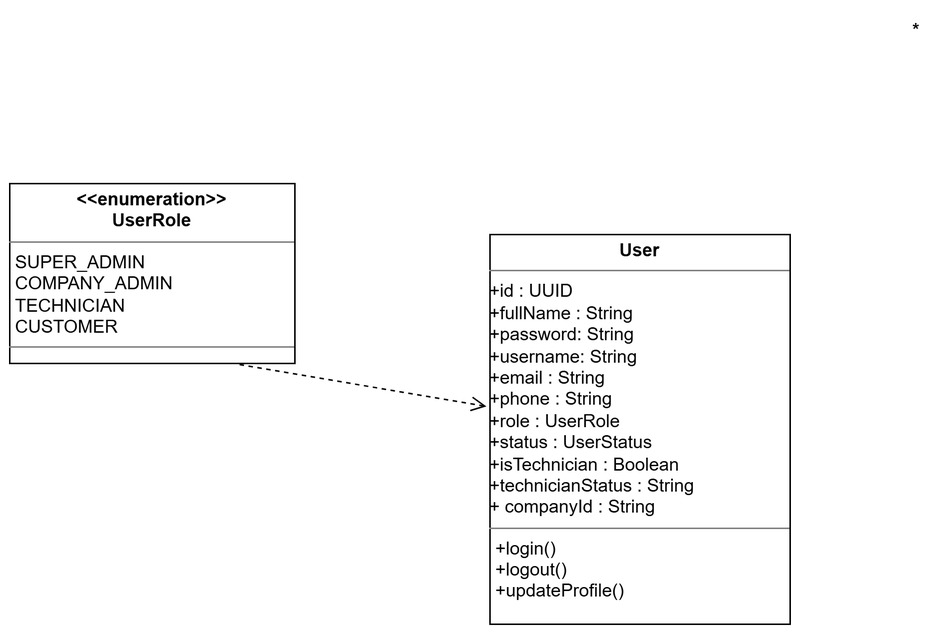
ahmedi56/PRO-WISE keeps this draw.io diagram as LaTeX_Projects/images/sprint1class1.drawio.png. Above is the earlier version. Source tidied: cells renumbered, new cells last; positions are measured from the earlier drawing's top-left corner, leaving out a move shared by most shapes. Source of this version:
```xml
<mxGraphModel>
  <root>
    <mxCell id="0" />
    <mxCell id="1" parent="0" />
    <mxCell id="2" value="&lt;p style=&quot;margin:0px;margin-top:4px;text-align:center;&quot;&gt;&lt;span style=&quot;font-weight: 700;&quot;&gt;User&lt;/span&gt;&lt;/p&gt;&lt;hr size=&quot;1&quot; style=&quot;border-style:solid;&quot;&gt;&lt;div&gt;&lt;span style=&quot;background-color: transparent;&quot;&gt;+id : UUID&lt;/span&gt;&lt;br&gt;&lt;/div&gt;&lt;div&gt;+fullName : String&lt;/div&gt;&lt;div&gt;&lt;div&gt;+password: String&lt;/div&gt;&lt;div&gt;+username: String&amp;nbsp;&lt;/div&gt;&lt;/div&gt;&lt;div&gt;+email : String&lt;/div&gt;&lt;div&gt;+phone : String&lt;/div&gt;&lt;div&gt;+role : UserRole&lt;/div&gt;&lt;div&gt;+status : UserStatus&lt;/div&gt;&lt;div&gt;+isTechnician : Boolean&lt;/div&gt;&lt;div&gt;+technicianStatus : String&lt;/div&gt;&lt;div&gt;+ companyId : String&lt;/div&gt;&lt;hr size=&quot;1&quot; style=&quot;border-style:solid;&quot;&gt;&lt;p style=&quot;margin:0px;margin-left:4px;&quot;&gt;+login()&lt;/p&gt;&lt;p style=&quot;margin:0px;margin-left:4px;&quot;&gt;+logout()&lt;/p&gt;&lt;p style=&quot;margin:0px;margin-left:4px;&quot;&gt;&lt;span style=&quot;background-color: transparent; color: light-dark(rgb(0, 0, 0), rgb(255, 255, 255));&quot;&gt;+updateProfile()&lt;/span&gt;&lt;/p&gt;" style="verticalAlign=top;align=left;overflow=fill;html=1;whiteSpace=wrap;" parent="1" vertex="1">
      <mxGeometry x="320" y="150" width="200" height="260" as="geometry" />
    </mxCell>
    <mxCell id="3" value="&lt;p style=&quot;margin:0px;margin-top:4px;text-align:center;&quot;&gt;&lt;span style=&quot;font-weight: 700; white-space: nowrap;&quot;&gt;&amp;lt;&amp;lt;enumeration&amp;gt;&amp;gt;&lt;/span&gt;&lt;br style=&quot;padding: 0px; margin: 0px; font-weight: 700; white-space: nowrap;&quot;&gt;&lt;span style=&quot;font-weight: 700; white-space: nowrap;&quot;&gt;UserRole&lt;/span&gt;&lt;/p&gt;&lt;hr size=&quot;1&quot; style=&quot;border-style:solid;&quot;&gt;&lt;p style=&quot;margin:0px;margin-left:4px;&quot;&gt;&lt;span style=&quot;text-wrap-mode: nowrap;&quot;&gt;SUPER_ADMIN&amp;nbsp;&lt;/span&gt;&lt;/p&gt;&lt;p style=&quot;margin:0px;margin-left:4px;&quot;&gt;&lt;span style=&quot;text-wrap-mode: nowrap;&quot;&gt;COMPANY_ADMIN&amp;nbsp;&lt;/span&gt;&lt;/p&gt;&lt;p style=&quot;margin:0px;margin-left:4px;&quot;&gt;&lt;span style=&quot;text-wrap-mode: nowrap;&quot;&gt;TECHNICIAN&amp;nbsp;&lt;/span&gt;&lt;/p&gt;&lt;p style=&quot;margin:0px;margin-left:4px;&quot;&gt;&lt;/p&gt;&lt;p style=&quot;margin:0px;margin-left:4px;&quot;&gt;&lt;span style=&quot;text-wrap-mode: nowrap;&quot;&gt;CUSTOMER&amp;nbsp;&lt;/span&gt;&lt;/p&gt;&lt;hr size=&quot;1&quot; style=&quot;border-style:solid;&quot;&gt;&lt;p style=&quot;margin:0px;margin-left:4px;&quot;&gt;&lt;br&gt;&lt;/p&gt;" style="verticalAlign=top;align=left;overflow=fill;html=1;whiteSpace=wrap;" parent="1" vertex="1">
      <mxGeometry y="116" width="190" height="120" as="geometry" />
    </mxCell>
    <mxCell id="4" value="*" style="text;html=1;strokeColor=none;fillColor=none;fontSize=12;fontStyle=1;" parent="1" vertex="1">
      <mxGeometry x="600" width="20" height="20" as="geometry" />
    </mxCell>
    <mxCell id="5" style="html=1;verticalAlign=bottom;endArrow=open;dashed=1;endSize=8;curved=0;rounded=0;fontSize=12;exitX=0.806;exitY=1.006;exitDx=0;exitDy=0;entryX=-0.012;entryY=0.441;entryDx=0;entryDy=0;exitPerimeter=0;entryPerimeter=0;" parent="1" edge="1" source="3" target="2">
      <mxGeometry relative="1" as="geometry" />
    </mxCell>
  </root>
</mxGraphModel>
```
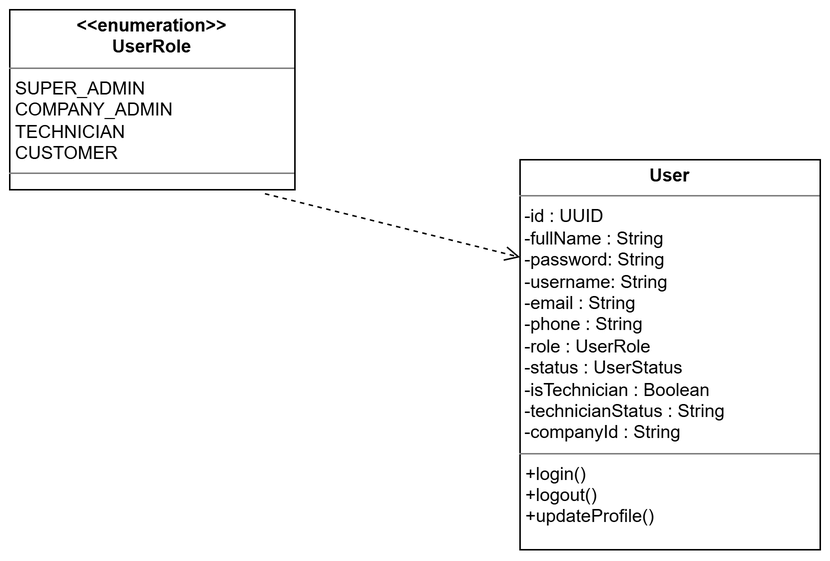
Later version of the same file.

Diff of the diagram source:
```diff
@@ -2,17 +2,14 @@
   <root>
     <mxCell id="0" />
     <mxCell id="1" parent="0" />
-    <mxCell id="2" value="&lt;p style=&quot;margin:0px;margin-top:4px;text-align:center;&quot;&gt;&lt;span style=&quot;font-weight: 700;&quot;&gt;User&lt;/span&gt;&lt;/p&gt;&lt;hr size=&quot;1&quot; style=&quot;border-style:solid;&quot;&gt;&lt;div&gt;&lt;span style=&quot;background-color: transparent;&quot;&gt;+id : UUID&lt;/span&gt;&lt;br&gt;&lt;/div&gt;&lt;div&gt;+fullName : String&lt;/div&gt;&lt;div&gt;&lt;div&gt;+password: String&lt;/div&gt;&lt;div&gt;+username: String&amp;nbsp;&lt;/div&gt;&lt;/div&gt;&lt;div&gt;+email : String&lt;/div&gt;&lt;div&gt;+phone : String&lt;/div&gt;&lt;div&gt;+role : UserRole&lt;/div&gt;&lt;div&gt;+status : UserStatus&lt;/div&gt;&lt;div&gt;+isTechnician : Boolean&lt;/div&gt;&lt;div&gt;+technicianStatus : String&lt;/div&gt;&lt;div&gt;+ companyId : String&lt;/div&gt;&lt;hr size=&quot;1&quot; style=&quot;border-style:solid;&quot;&gt;&lt;p style=&quot;margin:0px;margin-left:4px;&quot;&gt;+login()&lt;/p&gt;&lt;p style=&quot;margin:0px;margin-left:4px;&quot;&gt;+logout()&lt;/p&gt;&lt;p style=&quot;margin:0px;margin-left:4px;&quot;&gt;&lt;span style=&quot;background-color: transparent; color: light-dark(rgb(0, 0, 0), rgb(255, 255, 255));&quot;&gt;+updateProfile()&lt;/span&gt;&lt;/p&gt;" style="verticalAlign=top;align=left;overflow=fill;html=1;whiteSpace=wrap;" parent="1" vertex="1">
-      <mxGeometry x="320" y="150" width="200" height="260" as="geometry" />
-    </mxCell>
+    <mxCell id="6" value="&lt;p style=&quot;margin:0px;margin-top:4px;text-align:center;&quot;&gt;&lt;span style=&quot;font-weight: 700;&quot;&gt;User&lt;/span&gt;&lt;/p&gt;&lt;hr size=&quot;1&quot; style=&quot;border-style:solid;&quot;&gt;&lt;div&gt;&lt;span style=&quot;background-color: transparent;&quot;&gt;&amp;nbsp;-id : UUID&lt;/span&gt;&lt;br&gt;&lt;/div&gt;&lt;div&gt;&amp;nbsp;-fullName : String&lt;/div&gt;&lt;div&gt;&lt;div&gt;&amp;nbsp;-password: String&lt;/div&gt;&lt;div&gt;&amp;nbsp;-username: String&amp;nbsp;&lt;/div&gt;&lt;/div&gt;&lt;div&gt;&amp;nbsp;-email : String&lt;/div&gt;&lt;div&gt;&amp;nbsp;-phone : String&lt;/div&gt;&lt;div&gt;&amp;nbsp;-role : UserRole&lt;/div&gt;&lt;div&gt;&amp;nbsp;-status : UserStatus&lt;/div&gt;&lt;div&gt;&amp;nbsp;-isTechnician : Boolean&lt;/div&gt;&lt;div&gt;&amp;nbsp;-technicianStatus : String&lt;/div&gt;&lt;div&gt;&amp;nbsp;-companyId : String&lt;/div&gt;&lt;hr size=&quot;1&quot; style=&quot;border-style:solid;&quot;&gt;&lt;p style=&quot;margin:0px;margin-left:4px;&quot;&gt;+login()&lt;/p&gt;&lt;p style=&quot;margin:0px;margin-left:4px;&quot;&gt;+logout()&lt;/p&gt;&lt;p style=&quot;margin:0px;margin-left:4px;&quot;&gt;&lt;span style=&quot;background-color: transparent; color: light-dark(rgb(0, 0, 0), rgb(255, 255, 255));&quot;&gt;+updateProfile()&lt;/span&gt;&lt;/p&gt;" style="verticalAlign=top;align=left;overflow=fill;html=1;whiteSpace=wrap;" parent="1" vertex="1">
+      <mxGeometry x="340" y="216" width="200" height="260" as="geometry" />
+    </mxCell>
     <mxCell id="3" value="&lt;p style=&quot;margin:0px;margin-top:4px;text-align:center;&quot;&gt;&lt;span style=&quot;font-weight: 700; white-space: nowrap;&quot;&gt;&amp;lt;&amp;lt;enumeration&amp;gt;&amp;gt;&lt;/span&gt;&lt;br style=&quot;padding: 0px; margin: 0px; font-weight: 700; white-space: nowrap;&quot;&gt;&lt;span style=&quot;font-weight: 700; white-space: nowrap;&quot;&gt;UserRole&lt;/span&gt;&lt;/p&gt;&lt;hr size=&quot;1&quot; style=&quot;border-style:solid;&quot;&gt;&lt;p style=&quot;margin:0px;margin-left:4px;&quot;&gt;&lt;span style=&quot;text-wrap-mode: nowrap;&quot;&gt;SUPER_ADMIN&amp;nbsp;&lt;/span&gt;&lt;/p&gt;&lt;p style=&quot;margin:0px;margin-left:4px;&quot;&gt;&lt;span style=&quot;text-wrap-mode: nowrap;&quot;&gt;COMPANY_ADMIN&amp;nbsp;&lt;/span&gt;&lt;/p&gt;&lt;p style=&quot;margin:0px;margin-left:4px;&quot;&gt;&lt;span style=&quot;text-wrap-mode: nowrap;&quot;&gt;TECHNICIAN&amp;nbsp;&lt;/span&gt;&lt;/p&gt;&lt;p style=&quot;margin:0px;margin-left:4px;&quot;&gt;&lt;/p&gt;&lt;p style=&quot;margin:0px;margin-left:4px;&quot;&gt;&lt;span style=&quot;text-wrap-mode: nowrap;&quot;&gt;CUSTOMER&amp;nbsp;&lt;/span&gt;&lt;/p&gt;&lt;hr size=&quot;1&quot; style=&quot;border-style:solid;&quot;&gt;&lt;p style=&quot;margin:0px;margin-left:4px;&quot;&gt;&lt;br&gt;&lt;/p&gt;" style="verticalAlign=top;align=left;overflow=fill;html=1;whiteSpace=wrap;" parent="1" vertex="1">
       <mxGeometry y="116" width="190" height="120" as="geometry" />
     </mxCell>
-    <mxCell id="4" value="*" style="text;html=1;strokeColor=none;fillColor=none;fontSize=12;fontStyle=1;" parent="1" vertex="1">
-      <mxGeometry x="600" width="20" height="20" as="geometry" />
-    </mxCell>
-    <mxCell id="5" style="html=1;verticalAlign=bottom;endArrow=open;dashed=1;endSize=8;curved=0;rounded=0;fontSize=12;exitX=0.806;exitY=1.006;exitDx=0;exitDy=0;entryX=-0.012;entryY=0.441;entryDx=0;entryDy=0;exitPerimeter=0;entryPerimeter=0;" parent="1" edge="1" source="3" target="2">
-      <mxGeometry relative="1" as="geometry" />
-    </mxCell>
+    <mxCell id="7" style="html=1;verticalAlign=bottom;endArrow=open;dashed=1;endSize=8;curved=0;rounded=0;fontSize=12;exitX=0.895;exitY=1.022;exitDx=0;exitDy=0;entryX=0;entryY=0.25;entryDx=0;entryDy=0;exitPerimeter=0;" parent="1" edge="1" source="3" target="6">
+      <mxGeometry relative="1" as="geometry" />
+    </mxCell>
   </root>
 </mxGraphModel>
```
